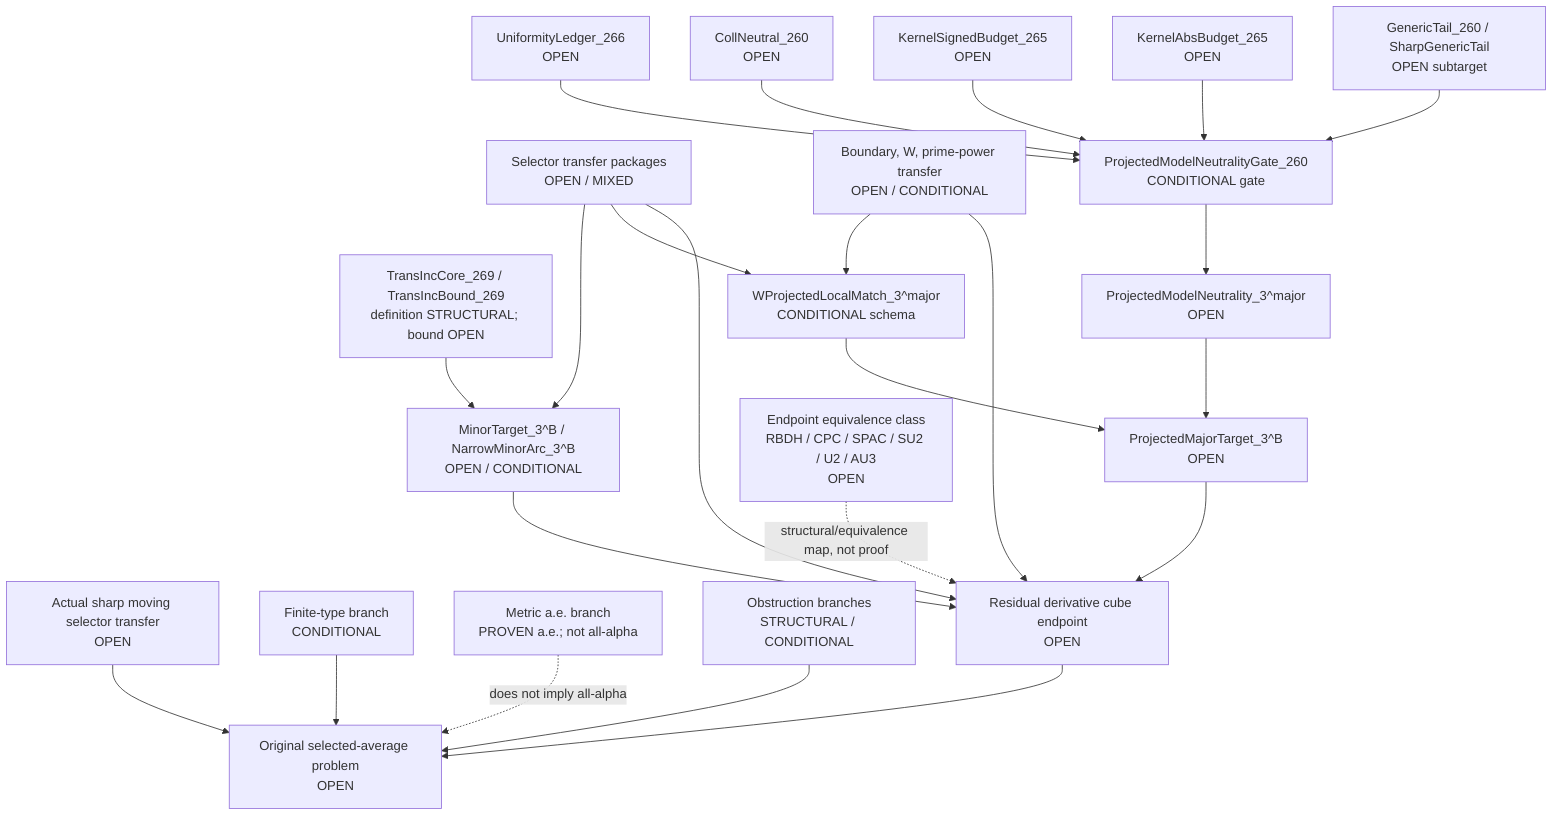
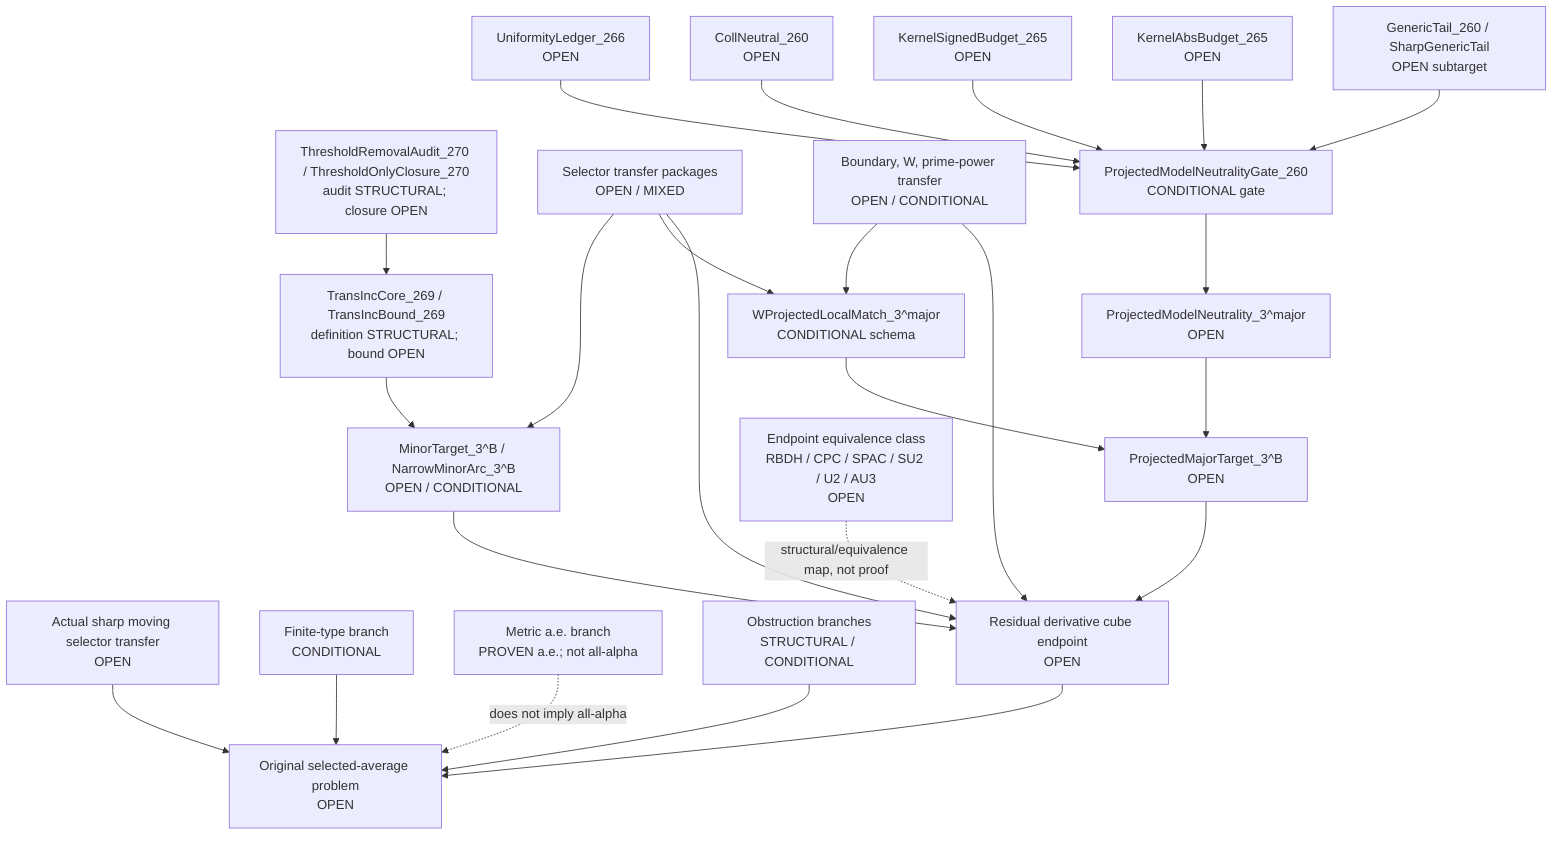
flowchart TD
  Original["Original selected-average problem<br/>OPEN"]
  SharpSel["Actual sharp moving selector transfer<br/>OPEN"]
  FiniteType["Finite-type branch<br/>CONDITIONAL"]
  Metric["Metric a.e. branch<br/>PROVEN a.e.; not all-alpha"]
  Obstruction["Obstruction branches<br/>STRUCTURAL / CONDITIONAL"]

  ResCube["Residual derivative cube endpoint<br/>OPEN"]
  MajorTarget["ProjectedMajorTarget_3^B<br/>OPEN"]
  MinorTarget["MinorTarget_3^B / NarrowMinorArc_3^B<br/>OPEN / CONDITIONAL"]
  TransInc["TransIncCore_269 / TransIncBound_269<br/>definition STRUCTURAL; bound OPEN"]
+   ThresholdAudit["ThresholdRemovalAudit_270 / ThresholdOnlyClosure_270<br/>audit STRUCTURAL; closure OPEN"]
  SelectorTransfer["Selector transfer packages<br/>OPEN / MIXED"]
  BoundaryTransfer["Boundary, W, prime-power transfer<br/>OPEN / CONDITIONAL"]

  WLocal["WProjectedLocalMatch_3^major<br/>CONDITIONAL schema"]
  ModelNeutral["ProjectedModelNeutrality_3^major<br/>OPEN"]
  PMNGate["ProjectedModelNeutralityGate_260<br/>CONDITIONAL gate"]
  GenericTail["GenericTail_260 / SharpGenericTail<br/>OPEN subtarget"]
  KernelAbs["KernelAbsBudget_265<br/>OPEN"]
  KernelSigned["KernelSignedBudget_265<br/>OPEN"]
  CollNeutral["CollNeutral_260<br/>OPEN"]
  Uniformity["UniformityLedger_266<br/>OPEN"]

  EndpointClass["Endpoint equivalence class<br/>RBDH / CPC / SPAC / SU2 / U2 / AU3<br/>OPEN"]

  SharpSel --> Original
  FiniteType --> Original
  Obstruction --> Original
  ResCube --> Original
  Metric -. "does not imply all-alpha" .-> Original

  MajorTarget --> ResCube
  MinorTarget --> ResCube
  TransInc --> MinorTarget
+   ThresholdAudit --> TransInc
  SelectorTransfer --> ResCube
  BoundaryTransfer --> ResCube
  EndpointClass -. "structural/equivalence map, not proof" .-> ResCube

  WLocal --> MajorTarget
  ModelNeutral --> MajorTarget

  PMNGate --> ModelNeutral
  GenericTail --> PMNGate
  KernelAbs --> PMNGate
  KernelSigned --> PMNGate
  CollNeutral --> PMNGate
  Uniformity --> PMNGate

  BoundaryTransfer --> WLocal
  SelectorTransfer --> WLocal
  SelectorTransfer --> MinorTarget
